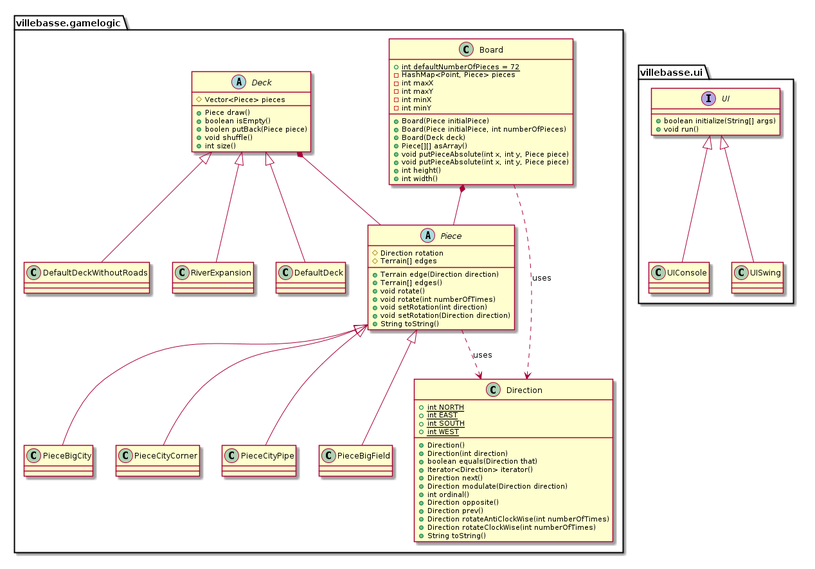
Before: doc/luokkarakenne.png, a diagram exported from PlantUML (noggimcey/villebasse). The source it was exported from:
```plantuml
@startuml luokkarakenne.png

package villebasse.gamelogic
	class Board {
		+{static} int defaultNumberOfPieces = 72
		-HashMap<Point, Piece> pieces
		-int maxX
		-int maxY
		-int minX
		-int minY

		+Board(Piece initialPiece)
		+Board(Piece initialPiece, int numberOfPieces)
		+Board(Deck deck)
		+Piece[][] asArray()
		+void putPieceAbsolute(int x, int y, Piece piece)
		+void putPieceAbsolute(int x, int y, Piece piece)
		+int height()
		+int width()
	}

	abstract class Deck {
		#Vector<Piece> pieces

		+Piece draw()
		+boolean isEmpty()
		+boolen putBack(Piece piece)
		+void shuffle()
		+int size()
	}

	class Direction {
		+{static} int NORTH
		+{static} int EAST
		+{static} int SOUTH
		+{static} int WEST

		+Direction()
		+Direction(int direction)
		+boolean equals(Direction that)
		+Iterator<Direction> iterator()
		+Direction next()
		+Direction modulate(Direction direction)
		+int ordinal()
		+Direction opposite()
		+Direction prev()
		+Direction rotateAntiClockWise(int numberOfTimes)
		+Direction rotateClockWise(int numberOfTimes)
		+String toString()
	}

	abstract class Piece {
		#Direction rotation
		#Terrain[] edges

		+Terrain edge(Direction direction)
		+Terrain[] edges()
		+void rotate()
		+void rotate(int numberOfTimes)
		+void setRotation(int direction)
		+void setRotation(Direction direction)
		+String toString()
	}



	Deck <|-- DefaultDeck
	Deck <|-- DefaultDeckWithoutRoads
	Deck <|-- RiverExpansion

	Piece <|-- PieceBigCity
	Piece <|-- PieceCityCorner
	Piece <|-- PieceCityPipe
	Piece <|-- PieceBigField

	Deck *-- Piece
	Board *-- Piece

	Board ..> Direction: uses
	Piece ..> Direction: uses
end package

package villebasse.ui
	interface UI {
		+boolean initialize(String[] args)
		+void run()
	}

	UI <|-- UIConsole
	UI <|-- UISwing
end package

@enduml
```
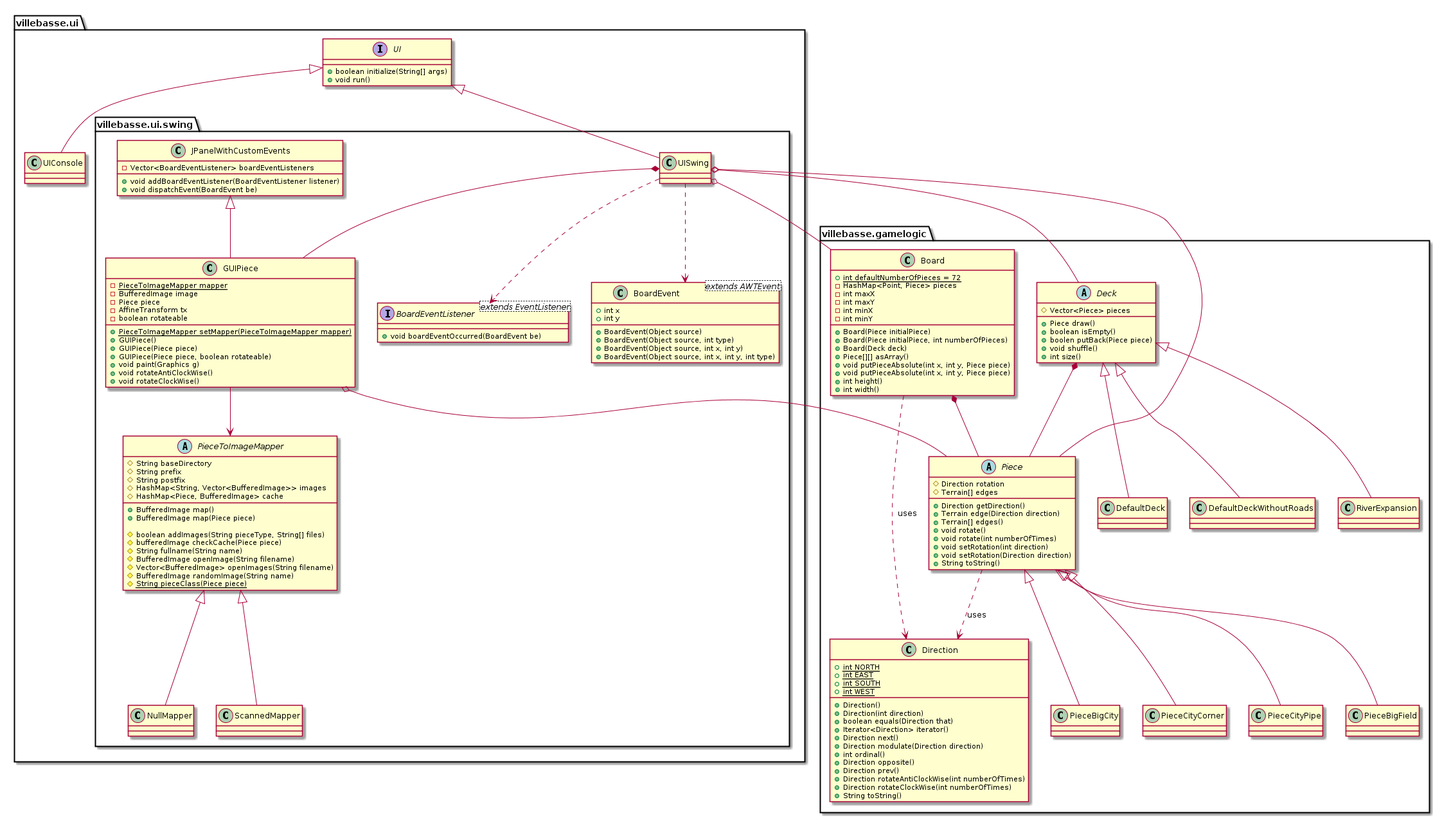
Later version of the same file.

Change to the diagram source:
```diff
@@ -53,6 +53,7 @@
 		#Direction rotation
 		#Terrain[] edges
 
+		+Direction getDirection()
 		+Terrain edge(Direction direction)
 		+Terrain[] edges()
 		+void rotate()
@@ -86,8 +87,83 @@
 		+void run()
 	}
 
+	package villebasse.ui.swing
+		class BoardEvent <extends AWTEvent> {
+			+int x
+			+int y
+
+			+BoardEvent(Object source)
+			+BoardEvent(Object source, int type)
+			+BoardEvent(Object source, int x, int y)
+			+BoardEvent(Object source, int x, int y, int type)
+		}
+
+		interface BoardEventListener <extends EventListener> {
+			+void boardEventOccurred(BoardEvent be)
+		}
+
+		class GUIPiece extends JPanelWithCustomEvents {
+			-{static} PieceToImageMapper mapper
+			-BufferedImage image
+			-Piece piece
+			-AffineTransform tx
+			-boolean rotateable
+
+			+{static} PieceToImageMapper setMapper(PieceToImageMapper mapper)
+			+GUIPiece()
+			+GUIPiece(Piece piece)
+			+GUIPiece(Piece piece, boolean rotateable)
+			+void paint(Graphics g)
+			+void rotateAntiClockWise()
+			+void rotateClockWise()
+		}
+
+		class JPanelWithCustomEvents <extends JPanel> {
+			-Vector<BoardEventListener> boardEventListeners
+
+			+void addBoardEventListener(BoardEventListener listener)
+			+void dispatchEvent(BoardEvent be)
+		}
+
+		abstract class PieceToImageMapper {
+			#String baseDirectory
+			#String prefix
+			#String postfix
+			#HashMap<String, Vector<BufferedImage>> images
+			#HashMap<Piece, BufferedImage> cache
+
+			+BufferedImage map()
+			+BufferedImage map(Piece piece)
+
+			#boolean addImages(String pieceType, String[] files)
+			#bufferedImage checkCache(Piece piece)
+			#String fullname(String name)
+			#BufferedImage openImage(String filename)
+			#Vector<BufferedImage> openImages(String filename)
+			#BufferedImage randomImage(String name)
+			#{static} String pieceClass(Piece piece)
+		}
+
+		class NullMapper extends PieceToImageMapper
+		class ScannedMapper extends PieceToImageMapper
+
+
+		GUIPiece o-- Piece
+		GUIPiece --> PieceToImageMapper
+
+		UISwing ..> BoardEvent
+		UISwing ..> BoardEventListener
+
+		UISwing *-- GUIPiece
+		UISwing o-- Board
+		UISwing o-- Deck
+		UISwing o-- Piece
+
+	end package
+
+	UI <|-- UISwing
 	UI <|-- UIConsole
-	UI <|-- UISwing
+
 end package
 
 @enduml
```
